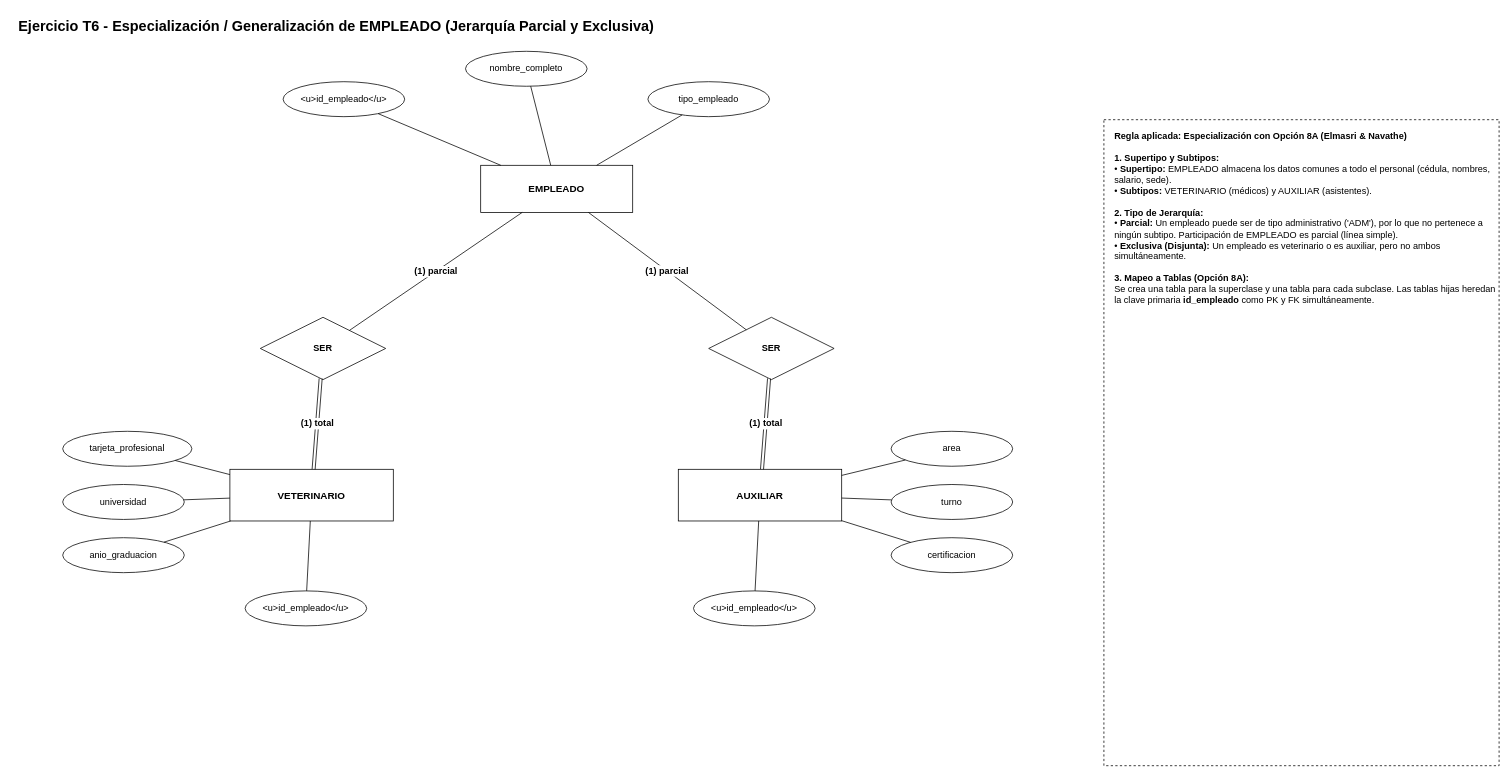
Above: documentos/fase1/diagramas_drawio/10_EER_Especializacion_EMPLEADO.drawio in Estarlan/proyecto-bd1-sigevet (draw.io), before the change. Source tidied: cells renumbered, new cells numbered last; positions are measured from the earlier drawing's top-left corner, leaving out a move shared by most shapes. Both pictures are drawn from the tidied source at 76%, with x=0, y=0 at pixel (17, 13).
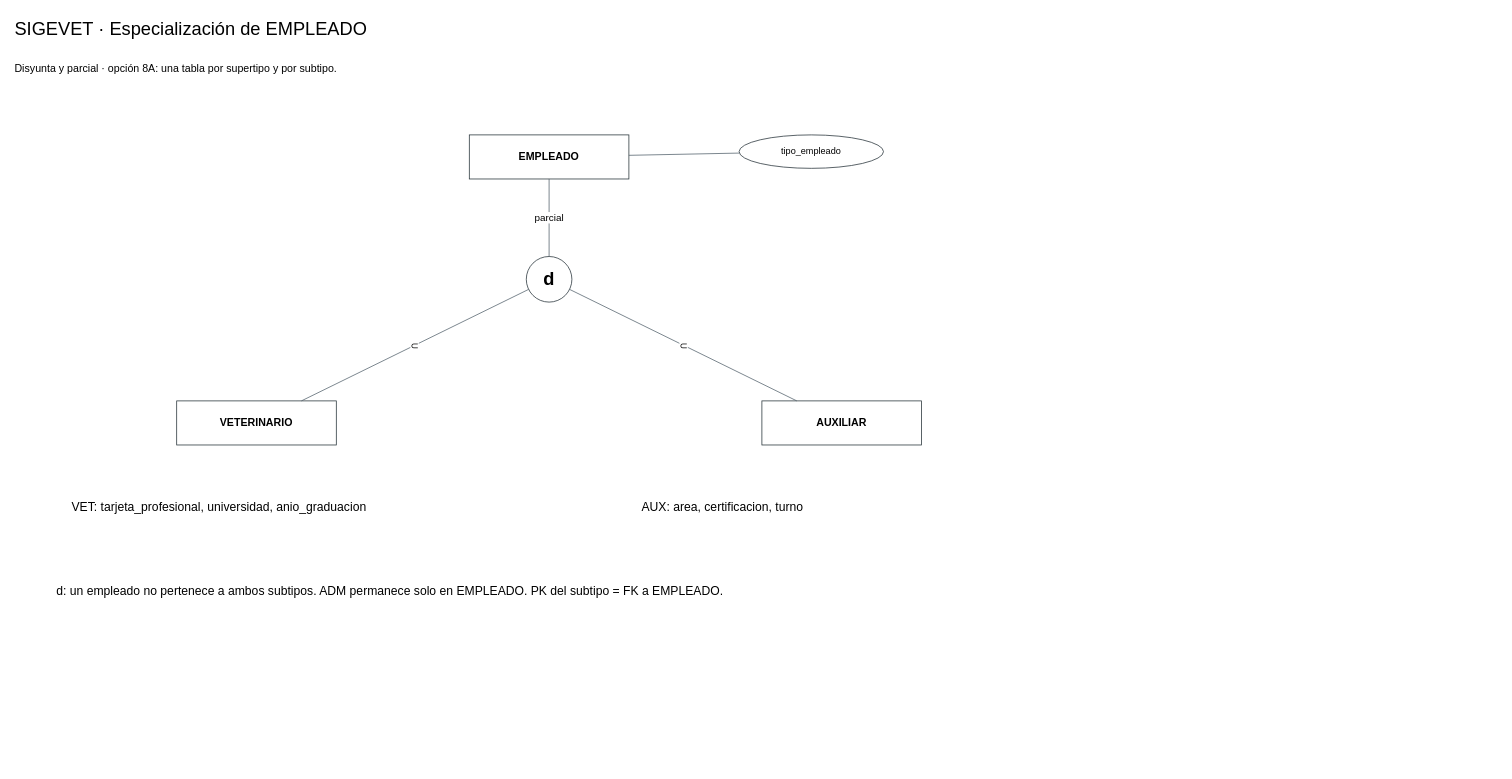
After the change.

Change to the diagram source:
```diff
@@
-<mxGraphModel>
+<mxGraphModel background="#ffffff">
@@
-    <mxCell id="2" value="Ejercicio T6 - Especialización / Generalización de EMPLEADO (Jerarquía Parcial y Exclusiva)" style="text;html=1;align=left;fontSize=19;fontStyle=1;" parent="1" vertex="1">
-      <mxGeometry width="1500" height="34" as="geometry" />
-    </mxCell>
+    <mxCell id="35" value="SIGEVET · Especialización de EMPLEADO" style="html=1;whiteSpace=wrap;fontFamily=Arial;fontSize=14;strokeColor=#263238;fillColor=#ffffff;text;strokeColor=none;fillColor=none;align=left;verticalAlign=middle;fontSize=24;" parent="1" vertex="1">
+      <mxGeometry x="-5" width="1410" height="42" as="geometry" />
+    </mxCell>
+    <mxCell id="36" value="Disyunta y parcial · opción 8A: una tabla por supertipo y por subtipo." style="html=1;whiteSpace=wrap;fontFamily=Arial;fontSize=14;strokeColor=#263238;fillColor=#ffffff;text;strokeColor=none;fillColor=none;align=left;verticalAlign=middle;fontSize=14;" parent="1" vertex="1">
+      <mxGeometry x="-5" y="45" width="1410" height="55" as="geometry" />
+    </mxCell>
-    <mxCell id="3" value="EMPLEADO" style="rounded=0;whiteSpace=wrap;html=1;fillColor=none;fontSize=13;fontStyle=1;" parent="1" vertex="1">
-      <mxGeometry x="610" y="200" width="200" height="62" as="geometry" />
+    <mxCell id="3" value="EMPLEADO" style="html=1;whiteSpace=wrap;fontFamily=Arial;fontSize=14;strokeColor=#263238;fillColor=#ffffff;rounded=0;fontStyle=1;" parent="1" vertex="1">
+      <mxGeometry x="595" y="160" width="210" height="58" as="geometry" />
     </mxCell>
-    <mxCell id="4" value="&amp;lt;u&amp;gt;id_empleado&amp;lt;/u&amp;gt;" style="ellipse;whiteSpace=wrap;html=1;fillColor=none;fontSize=12;" parent="1" vertex="1">
-      <mxGeometry x="350" y="90" width="160" height="46" as="geometry" />
-    </mxCell>
-    <mxCell id="5" value="nombre_completo" style="ellipse;whiteSpace=wrap;html=1;fillColor=none;fontSize=12;" parent="1" vertex="1">
-      <mxGeometry x="590" y="50" width="160" height="46" as="geometry" />
-    </mxCell>
-    <mxCell id="6" value="tipo_empleado" style="ellipse;whiteSpace=wrap;html=1;fillColor=none;fontSize=12;" parent="1" vertex="1">
-      <mxGeometry x="830" y="90" width="160" height="46" as="geometry" />
+    <mxCell id="6" value="tipo_empleado" style="html=1;whiteSpace=wrap;fontFamily=Arial;fontSize=14;strokeColor=#263238;fillColor=#ffffff;ellipse;fontSize=12;" parent="1" vertex="1">
+      <mxGeometry x="950" y="160" width="190" height="44" as="geometry" />
     </mxCell>
-    <mxCell id="7" style="html=1;endArrow=none;fontSize=12;fontStyle=1;" parent="1" edge="1" source="4" target="3">
-      <mxGeometry relative="1" as="geometry" />
-    </mxCell>
-    <mxCell id="8" style="html=1;endArrow=none;fontSize=12;fontStyle=1;" parent="1" edge="1" source="5" target="3">
-      <mxGeometry relative="1" as="geometry" />
-    </mxCell>
-    <mxCell id="9" style="html=1;endArrow=none;fontSize=12;fontStyle=1;" parent="1" edge="1" source="6" target="3">
-      <mxGeometry relative="1" as="geometry" />
-    </mxCell>
-    <mxCell id="10" value="SER" style="rhombus;whiteSpace=wrap;html=1;fillColor=none;fontSize=12;fontStyle=1;" parent="1" vertex="1">
-      <mxGeometry x="320" y="400" width="165" height="82" as="geometry" />
-    </mxCell>
-    <mxCell id="11" value="SER" style="rhombus;whiteSpace=wrap;html=1;fillColor=none;fontSize=12;fontStyle=1;" parent="1" vertex="1">
-      <mxGeometry x="910" y="400" width="165" height="82" as="geometry" />
-    </mxCell>
-    <mxCell id="12" value="(1) parcial" style="html=1;endArrow=none;fontSize=12;fontStyle=1;" parent="1" edge="1" source="3" target="10">
-      <mxGeometry relative="1" as="geometry" />
-    </mxCell>
-    <mxCell id="13" value="(1) parcial" style="html=1;endArrow=none;fontSize=12;fontStyle=1;" parent="1" edge="1" source="3" target="11">
-      <mxGeometry relative="1" as="geometry" />
-    </mxCell>
+    <mxCell id="37" style="html=1;endArrow=none;startArrow=none;fontFamily=Arial;fontSize=13;labelBackgroundColor=#ffffff;strokeColor=#52616b;rounded=0;jumpStyle=arc;" parent="1" edge="1" source="3" target="6">
+      <mxGeometry relative="1" as="geometry" />
+    </mxCell>
+    <mxCell id="38" value="d" style="html=1;whiteSpace=wrap;fontFamily=Arial;fontSize=14;strokeColor=#263238;fillColor=#ffffff;ellipse;fontSize=24;fontStyle=1;" parent="1" vertex="1">
+      <mxGeometry x="670" y="320" width="60" height="60" as="geometry" />
+    </mxCell>
+    <mxCell id="39" value="parcial" style="html=1;endArrow=none;startArrow=none;fontFamily=Arial;fontSize=13;labelBackgroundColor=#ffffff;strokeColor=#52616b;rounded=0;jumpStyle=arc;" parent="1" edge="1" source="3" target="38">
+      <mxGeometry relative="1" as="geometry" />
+    </mxCell>
-    <mxCell id="14" value="VETERINARIO" style="rounded=0;whiteSpace=wrap;html=1;fillColor=none;fontSize=13;fontStyle=1;" parent="1" vertex="1">
-      <mxGeometry x="280" y="600" width="215" height="68" as="geometry" />
+    <mxCell id="14" value="VETERINARIO" style="html=1;whiteSpace=wrap;fontFamily=Arial;fontSize=14;strokeColor=#263238;fillColor=#ffffff;rounded=0;fontStyle=1;" parent="1" vertex="1">
+      <mxGeometry x="210" y="510" width="210" height="58" as="geometry" />
     </mxCell>
-    <mxCell id="15" value="AUXILIAR" style="rounded=0;whiteSpace=wrap;html=1;fillColor=none;fontSize=13;fontStyle=1;" parent="1" vertex="1">
-      <mxGeometry x="870" y="600" width="215" height="68" as="geometry" />
+    <mxCell id="15" value="AUXILIAR" style="html=1;whiteSpace=wrap;fontFamily=Arial;fontSize=14;strokeColor=#263238;fillColor=#ffffff;rounded=0;fontStyle=1;" parent="1" vertex="1">
+      <mxGeometry x="980" y="510" width="210" height="58" as="geometry" />
     </mxCell>
-    <mxCell id="16" value="(1) total" style="shape=link;html=1;endArrow=none;fontSize=12;fontStyle=1;" parent="1" edge="1" source="10" target="14">
-      <mxGeometry relative="1" as="geometry" />
-    </mxCell>
-    <mxCell id="17" value="(1) total" style="shape=link;html=1;endArrow=none;fontSize=12;fontStyle=1;" parent="1" edge="1" source="11" target="15">
-      <mxGeometry relative="1" as="geometry" />
-    </mxCell>
-    <mxCell id="18" value="tarjeta_profesional" style="ellipse;whiteSpace=wrap;html=1;fillColor=none;fontSize=12;" parent="1" vertex="1">
-      <mxGeometry x="60" y="550" width="170" height="46" as="geometry" />
-    </mxCell>
-    <mxCell id="19" value="universidad" style="ellipse;whiteSpace=wrap;html=1;fillColor=none;fontSize=12;" parent="1" vertex="1">
-      <mxGeometry x="60" y="620" width="160" height="46" as="geometry" />
-    </mxCell>
-    <mxCell id="20" value="anio_graduacion" style="ellipse;whiteSpace=wrap;html=1;fillColor=none;fontSize=12;" parent="1" vertex="1">
-      <mxGeometry x="60" y="690" width="160" height="46" as="geometry" />
-    </mxCell>
-    <mxCell id="21" value="&amp;lt;u&amp;gt;id_empleado&amp;lt;/u&amp;gt;" style="ellipse;whiteSpace=wrap;html=1;fillColor=none;fontSize=12;" parent="1" vertex="1">
-      <mxGeometry x="300" y="760" width="160" height="46" as="geometry" />
-    </mxCell>
-    <mxCell id="22" style="html=1;endArrow=none;fontSize=12;fontStyle=1;" parent="1" edge="1" source="18" target="14">
-      <mxGeometry relative="1" as="geometry" />
-    </mxCell>
-    <mxCell id="23" style="html=1;endArrow=none;fontSize=12;fontStyle=1;" parent="1" edge="1" source="19" target="14">
-      <mxGeometry relative="1" as="geometry" />
-    </mxCell>
-    <mxCell id="24" style="html=1;endArrow=none;fontSize=12;fontStyle=1;" parent="1" edge="1" source="20" target="14">
-      <mxGeometry relative="1" as="geometry" />
-    </mxCell>
-    <mxCell id="25" style="html=1;endArrow=none;fontSize=12;fontStyle=1;" parent="1" edge="1" source="21" target="14">
-      <mxGeometry relative="1" as="geometry" />
-    </mxCell>
-    <mxCell id="26" value="area" style="ellipse;whiteSpace=wrap;html=1;fillColor=none;fontSize=12;" parent="1" vertex="1">
-      <mxGeometry x="1150" y="550" width="160" height="46" as="geometry" />
-    </mxCell>
-    <mxCell id="27" value="turno" style="ellipse;whiteSpace=wrap;html=1;fillColor=none;fontSize=12;" parent="1" vertex="1">
-      <mxGeometry x="1150" y="620" width="160" height="46" as="geometry" />
-    </mxCell>
-    <mxCell id="28" value="certificacion" style="ellipse;whiteSpace=wrap;html=1;fillColor=none;fontSize=12;" parent="1" vertex="1">
-      <mxGeometry x="1150" y="690" width="160" height="46" as="geometry" />
-    </mxCell>
-    <mxCell id="29" value="&amp;lt;u&amp;gt;id_empleado&amp;lt;/u&amp;gt;" style="ellipse;whiteSpace=wrap;html=1;fillColor=none;fontSize=12;" parent="1" vertex="1">
-      <mxGeometry x="890" y="760" width="160" height="46" as="geometry" />
-    </mxCell>
-    <mxCell id="30" style="html=1;endArrow=none;fontSize=12;fontStyle=1;" parent="1" edge="1" source="26" target="15">
-      <mxGeometry relative="1" as="geometry" />
-    </mxCell>
-    <mxCell id="31" style="html=1;endArrow=none;fontSize=12;fontStyle=1;" parent="1" edge="1" source="27" target="15">
-      <mxGeometry relative="1" as="geometry" />
-    </mxCell>
-    <mxCell id="32" style="html=1;endArrow=none;fontSize=12;fontStyle=1;" parent="1" edge="1" source="28" target="15">
-      <mxGeometry relative="1" as="geometry" />
-    </mxCell>
-    <mxCell id="33" style="html=1;endArrow=none;fontSize=12;fontStyle=1;" parent="1" edge="1" source="29" target="15">
-      <mxGeometry relative="1" as="geometry" />
-    </mxCell>
-    <mxCell id="34" value="&lt;b&gt;Regla aplicada: Especialización con Opción 8A (Elmasri &amp; Navathe)&lt;/b&gt;&lt;br&gt;&lt;br&gt;&lt;b&gt;1. Supertipo y Subtipos:&lt;/b&gt;&lt;br&gt;• &lt;b&gt;Supertipo:&lt;/b&gt; EMPLEADO almacena los datos comunes a todo el personal (cédula, nombres, salario, sede).&lt;br&gt;• &lt;b&gt;Subtipos:&lt;/b&gt; VETERINARIO (médicos) y AUXILIAR (asistentes).&lt;br&gt;&lt;br&gt;&lt;b&gt;2. Tipo de Jerarquía:&lt;/b&gt;&lt;br&gt;• &lt;b&gt;Parcial:&lt;/b&gt; Un empleado puede ser de tipo administrativo ('ADM'), por lo que no pertenece a ningún subtipo. Participación de EMPLEADO es parcial (línea simple).&lt;br&gt;• &lt;b&gt;Exclusiva (Disjunta):&lt;/b&gt; Un empleado es veterinario o es auxiliar, pero no ambos simultáneamente.&lt;br&gt;&lt;br&gt;&lt;b&gt;3. Mapeo a Tablas (Opción 8A):&lt;/b&gt;&lt;br&gt;Se crea una tabla para la superclase y una tabla para cada subclase. Las tablas hijas heredan la clave primaria &lt;b&gt;id_empleado&lt;/b&gt; como PK y FK simultáneamente." style="rounded=0;whiteSpace=wrap;html=1;align=left;verticalAlign=top;spacingLeft=12;spacingTop=8;fillColor=none;dashed=1;fontSize=12;" parent="1" vertex="1">
-      <mxGeometry x="1430" y="140" width="520" height="850" as="geometry" />
-    </mxCell>
+    <mxCell id="40" value="⊂" style="html=1;endArrow=none;startArrow=none;fontFamily=Arial;fontSize=13;labelBackgroundColor=#ffffff;strokeColor=#52616b;rounded=0;jumpStyle=arc;" parent="1" edge="1" source="38" target="14">
+      <mxGeometry relative="1" as="geometry" />
+    </mxCell>
+    <mxCell id="41" value="⊂" style="html=1;endArrow=none;startArrow=none;fontFamily=Arial;fontSize=13;labelBackgroundColor=#ffffff;strokeColor=#52616b;rounded=0;jumpStyle=arc;" parent="1" edge="1" source="38" target="15">
+      <mxGeometry relative="1" as="geometry" />
+    </mxCell>
+    <mxCell id="42" value="VET: tarjeta_profesional, universidad, anio_graduacion" style="html=1;whiteSpace=wrap;fontFamily=Arial;fontSize=14;strokeColor=#263238;fillColor=#ffffff;text;strokeColor=none;fillColor=none;align=left;verticalAlign=middle;fontSize=16;" parent="1" vertex="1">
+      <mxGeometry x="70" y="620" width="620" height="60" as="geometry" />
+    </mxCell>
+    <mxCell id="43" value="AUX: area, certificacion, turno" style="html=1;whiteSpace=wrap;fontFamily=Arial;fontSize=14;strokeColor=#263238;fillColor=#ffffff;text;strokeColor=none;fillColor=none;align=left;verticalAlign=middle;fontSize=16;" parent="1" vertex="1">
+      <mxGeometry x="820" y="620" width="560" height="60" as="geometry" />
+    </mxCell>
+    <mxCell id="44" value="d: un empleado no pertenece a ambos subtipos. ADM permanece solo en EMPLEADO. PK del subtipo = FK a EMPLEADO." style="html=1;whiteSpace=wrap;fontFamily=Arial;fontSize=14;strokeColor=#263238;fillColor=#ffffff;text;strokeColor=none;fillColor=none;align=left;verticalAlign=middle;fontSize=16;" parent="1" vertex="1">
+      <mxGeometry x="50" y="730" width="1300" height="60" as="geometry" />
+    </mxCell>
```
